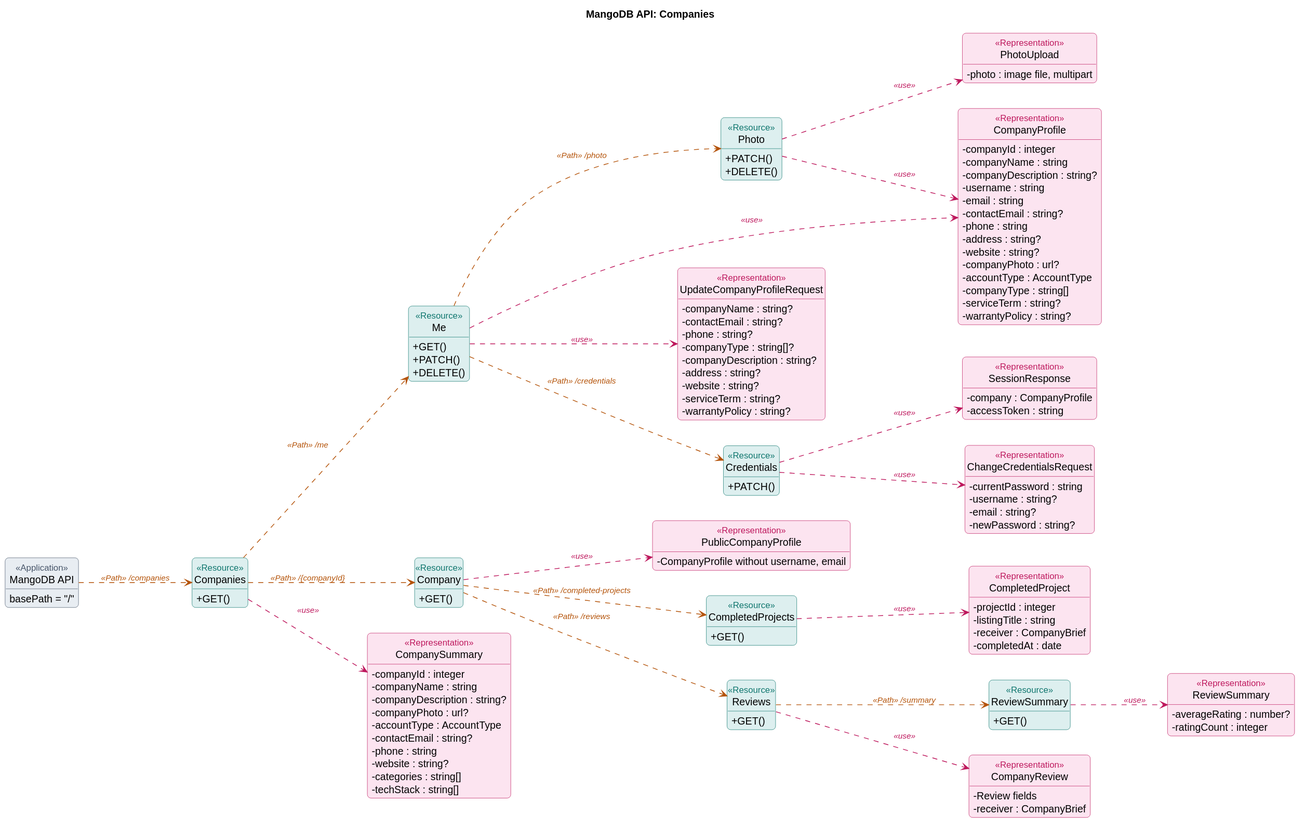
This is docs/api/uml/companies.svg from taofuuu/MangoDB, a PlantUML export, as it was before one commit. The source it was exported from:
```plantuml
@startuml
left to right direction
skinparam classAttributeIconSize 0
hide circle
hide empty members
skinparam shadowing false
skinparam roundcorner 10
skinparam ClassFontStyle bold
skinparam ClassAttributeFontStyle plain
skinparam ArrowFontSize 11
skinparam class {
  BackgroundColor<<Application>> #E8EDF2
  BorderColor<<Application>> #475569
  BackgroundColor<<Resource>> #DDEFEF
  BorderColor<<Resource>> #0F766E
  BackgroundColor<<Representation>> #FCE4F0
  BorderColor<<Representation>> #BE185D
  StereotypeFontColor<<Application>> #475569
  StereotypeFontColor<<Resource>> #0F766E
  StereotypeFontColor<<Representation>> #BE185D
}
title MangoDB API: Companies

class "MangoDB API" as API <<Application>> {
  basePath = "/"
}
class "Companies" as Companies <<Resource>> {
  + GET()
}
class "Me" as Me <<Resource>> {
  + GET()
  + PATCH()
  + DELETE()
}
class "Credentials" as Credentials <<Resource>> {
  + PATCH()
}
class "Photo" as Photo <<Resource>> {
  + PATCH()
  + DELETE()
}
class "Company" as Company <<Resource>> {
  + GET()
}
class "CompletedProjects" as CompletedProjects <<Resource>> {
  + GET()
}
class "Reviews" as Reviews <<Resource>> {
  + GET()
}
class "ReviewSummary" as ReviewSummaryR <<Resource>> {
  + GET()
}
class "CompanySummary" as CompanySummaryRep <<Representation>> {
  -companyId : integer
  -companyName : string
  -companyDescription : string?
  -companyPhoto : url?
  -accountType : AccountType
  -contactEmail : string?
  -phone : string
  -website : string?
  -categories : string[]
  -techStack : string[]
}
class "CompanyProfile" as CompanyProfileRep <<Representation>> {
  -companyId : integer
  -companyName : string
  -companyDescription : string?
  -username : string
  -email : string
  -contactEmail : string?
  -phone : string
  -address : string?
  -website : string?
  -companyPhoto : url?
  -accountType : AccountType
  -companyType : string[]
  -serviceTerm : string?
  -warrantyPolicy : string?
}
class "UpdateCompanyProfileRequest" as UpdateCompanyProfileRequestRep <<Representation>> {
  -companyName : string?
  -contactEmail : string?
  -phone : string?
  -companyType : string[]?
  -companyDescription : string?
  -address : string?
  -website : string?
  -serviceTerm : string?
  -warrantyPolicy : string?
}
class "ChangeCredentialsRequest" as ChangeCredentialsRequestRep <<Representation>> {
  -currentPassword : string
  -username : string?
  -email : string?
  -newPassword : string?
}
class "SessionResponse" as SessionResponseRep <<Representation>> {
  -company : CompanyProfile
  -accessToken : string
}
class "PhotoUpload" as PhotoUploadRep <<Representation>> {
  -photo : image file, multipart
}
class "PublicCompanyProfile" as PublicCompanyProfileRep <<Representation>> {
  -CompanyProfile without username, email
}
class "CompletedProject" as CompletedProjectRep <<Representation>> {
  -projectId : integer
  -listingTitle : string
  -receiver : CompanyBrief
  -completedAt : date
}
class "CompanyReview" as CompanyReviewRep <<Representation>> {
  -Review fields
  -receiver : CompanyBrief
}
class "ReviewSummary" as ReviewSummaryRep <<Representation>> {
  -averageRating : number?
  -ratingCount : integer
}

API -[#B45309,dashed]-> Companies : <i><color:#B45309>«Path» /companies</color></i>
Companies -[#BE185D,dashed]-> CompanySummaryRep : <i><color:#BE185D>«use»</color></i>
Companies -[#B45309,dashed]-> Me : <i><color:#B45309>«Path» /me</color></i>
Me -[#BE185D,dashed]-> CompanyProfileRep : <i><color:#BE185D>«use»</color></i>
Me -[#BE185D,dashed]-> UpdateCompanyProfileRequestRep : <i><color:#BE185D>«use»</color></i>
Me -[#B45309,dashed]-> Credentials : <i><color:#B45309>«Path» /credentials</color></i>
Credentials -[#BE185D,dashed]-> ChangeCredentialsRequestRep : <i><color:#BE185D>«use»</color></i>
Credentials -[#BE185D,dashed]-> SessionResponseRep : <i><color:#BE185D>«use»</color></i>
Me -[#B45309,dashed]-> Photo : <i><color:#B45309>«Path» /photo</color></i>
Photo -[#BE185D,dashed]-> PhotoUploadRep : <i><color:#BE185D>«use»</color></i>
Photo -[#BE185D,dashed]-> CompanyProfileRep : <i><color:#BE185D>«use»</color></i>
Companies -[#B45309,dashed]-> Company : <i><color:#B45309>«Path» /{companyId}</color></i>
Company -[#BE185D,dashed]-> PublicCompanyProfileRep : <i><color:#BE185D>«use»</color></i>
Company -[#B45309,dashed]-> CompletedProjects : <i><color:#B45309>«Path» /completed-projects</color></i>
CompletedProjects -[#BE185D,dashed]-> CompletedProjectRep : <i><color:#BE185D>«use»</color></i>
Company -[#B45309,dashed]-> Reviews : <i><color:#B45309>«Path» /reviews</color></i>
Reviews -[#BE185D,dashed]-> CompanyReviewRep : <i><color:#BE185D>«use»</color></i>
Reviews -[#B45309,dashed]-> ReviewSummaryR : <i><color:#B45309>«Path» /summary</color></i>
ReviewSummaryR -[#BE185D,dashed]-> ReviewSummaryRep : <i><color:#BE185D>«use»</color></i>
@enduml
```
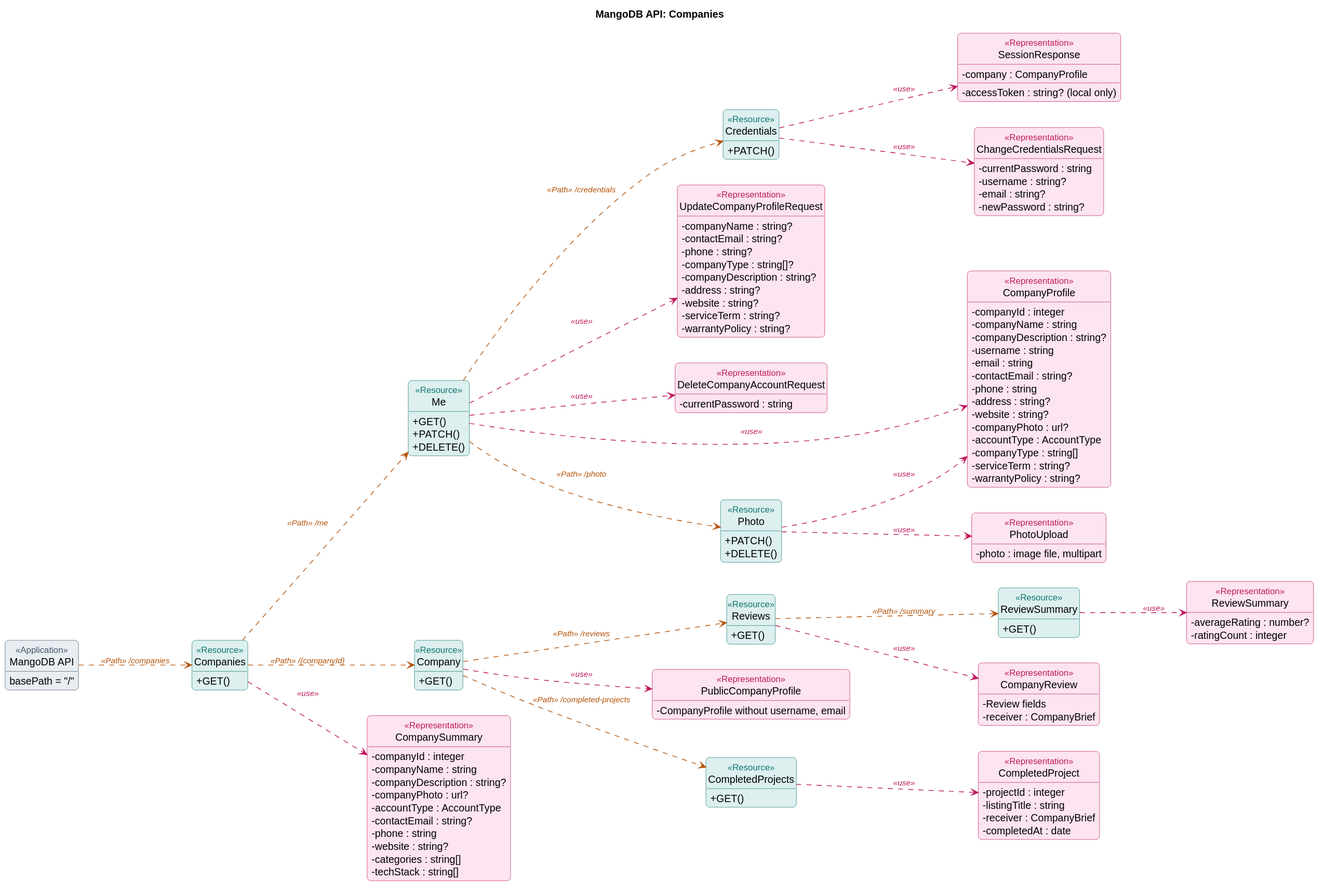
Later version of the same file.

Commit message:
docs(api): bring the companies page up to date

Diff of the diagram source:
```diff
@@ -98,7 +98,10 @@
 }
 class "SessionResponse" as SessionResponseRep <<Representation>> {
   -company : CompanyProfile
-  -accessToken : string
+  -accessToken : string? (local only)
+}
+class "DeleteCompanyAccountRequest" as DeleteCompanyAccountRequestRep <<Representation>> {
+  -currentPassword : string
 }
 class "PhotoUpload" as PhotoUploadRep <<Representation>> {
   -photo : image file, multipart
@@ -126,6 +129,7 @@
 Companies -[#B45309,dashed]-> Me : <i><color:#B45309>«Path» /me</color></i>
 Me -[#BE185D,dashed]-> CompanyProfileRep : <i><color:#BE185D>«use»</color></i>
 Me -[#BE185D,dashed]-> UpdateCompanyProfileRequestRep : <i><color:#BE185D>«use»</color></i>
+Me -[#BE185D,dashed]-> DeleteCompanyAccountRequestRep : <i><color:#BE185D>«use»</color></i>
 Me -[#B45309,dashed]-> Credentials : <i><color:#B45309>«Path» /credentials</color></i>
 Credentials -[#BE185D,dashed]-> ChangeCredentialsRequestRep : <i><color:#BE185D>«use»</color></i>
 Credentials -[#BE185D,dashed]-> SessionResponseRep : <i><color:#BE185D>«use»</color></i>
```
